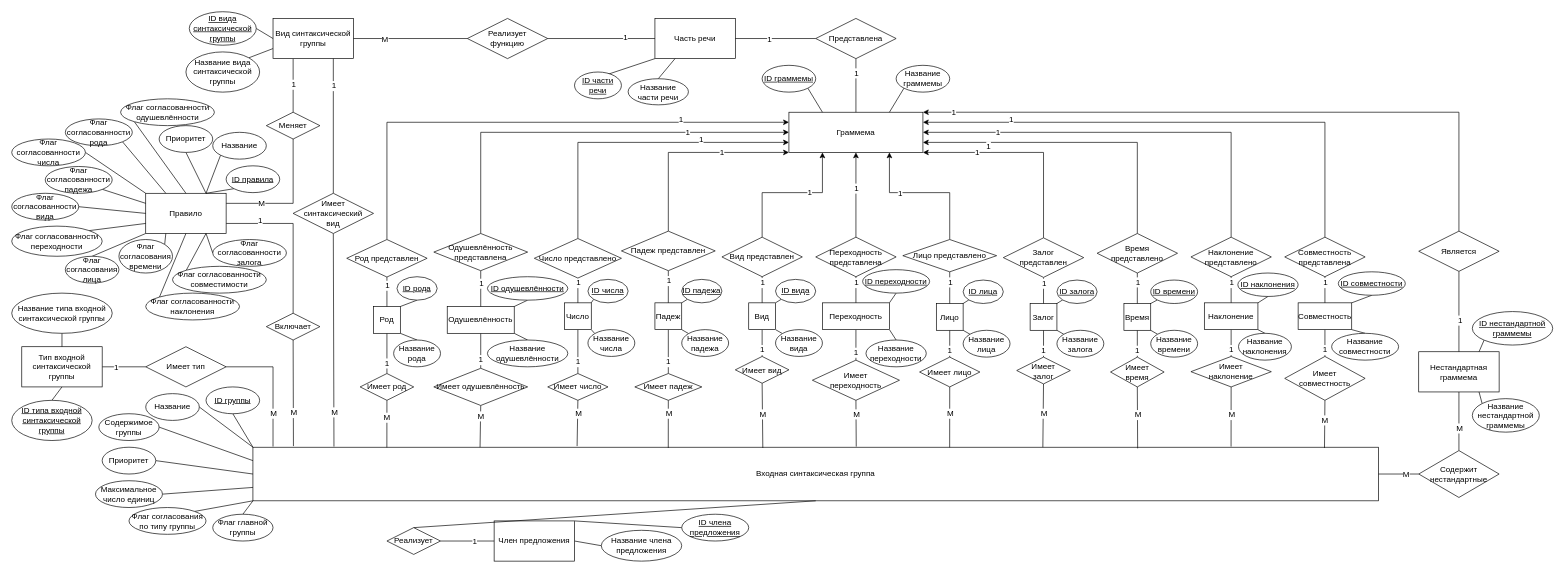
Earlier version of the draw.io diagram Infological.drawio (DMfananddu/Diploma). Source tidied: cells renumbered, new cells numbered last; positions are measured from the earlier drawing's top-left corner, leaving out a move shared by most shapes. Both pictures are drawn from the tidied source at 67%, with x=0, y=0 at pixel (11, 11).
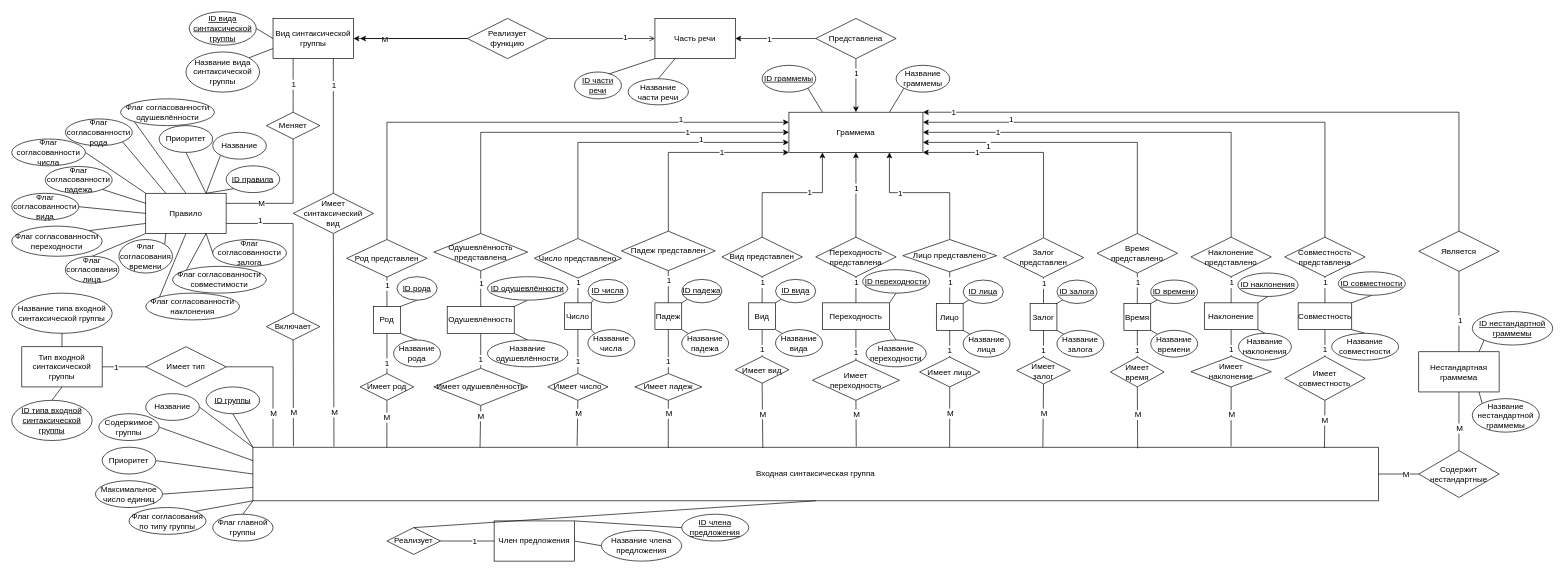
The same page after the edit.

The change refers to these unchanged cells:
```xml
<mxCell id="66" value="Вид синтаксической группы" style="rounded=0;whiteSpace=wrap;html=1;" parent="1" vertex="1">
  <mxGeometry x="390" y="10" width="120" height="60" as="geometry" />
</mxCell>
<mxCell id="96" value="Граммема" style="rounded=0;whiteSpace=wrap;html=1;" parent="1" vertex="1">
  <mxGeometry x="1160" y="150" width="200" height="60" as="geometry" />
</mxCell>
<mxCell id="102" value="Часть речи" style="rounded=0;whiteSpace=wrap;html=1;" parent="1" vertex="1">
  <mxGeometry x="960" y="10" width="120" height="60" as="geometry" />
</mxCell>
<mxCell id="107" value="Представлена" style="rhombus;whiteSpace=wrap;html=1;" parent="1" vertex="1">
  <mxGeometry x="1200" y="10" width="120" height="60" as="geometry" />
</mxCell>
<mxCell id="112" value="Реализует&lt;br&gt;функцию" style="rhombus;whiteSpace=wrap;html=1;" parent="1" vertex="1">
  <mxGeometry x="680" y="10" width="120" height="60" as="geometry" />
</mxCell>
```

The edit, as a diff of the source:
```diff
@@
-    <mxCell id="103" style="edgeStyle=none;rounded=0;jettySize=auto;html=1;exitX=0.5;exitY=1;exitDx=0;exitDy=0;entryX=0.5;entryY=0;entryDx=0;entryDy=0;endArrow=none;endFill=0;" parent="1" edge="1" source="107" target="96">
+    <mxCell id="103" style="edgeStyle=none;rounded=0;jettySize=auto;html=1;exitX=0.5;exitY=1;exitDx=0;exitDy=0;entryX=0.5;entryY=0;entryDx=0;entryDy=0;endArrow=classic;endFill=1;" parent="1" edge="1" source="107" target="96">
       <mxGeometry relative="1" as="geometry">
         <Array as="points">
           <mxPoint x="1260" y="90" />
         </Array>
       </mxGeometry>
     </mxCell>
@@
-    <mxCell id="105" style="edgeStyle=none;rounded=0;jettySize=auto;html=1;exitX=0;exitY=0.5;exitDx=0;exitDy=0;entryX=1;entryY=0.5;entryDx=0;entryDy=0;endArrow=none;endFill=0;" parent="1" edge="1" source="107" target="102">
+    <mxCell id="105" style="edgeStyle=none;rounded=0;jettySize=auto;html=1;exitX=0;exitY=0.5;exitDx=0;exitDy=0;entryX=1;entryY=0.5;entryDx=0;entryDy=0;endArrow=classic;endFill=1;" parent="1" edge="1" source="107" target="102">
       <mxGeometry relative="1" as="geometry" />
     </mxCell>
@@
-    <mxCell id="108" style="edgeStyle=none;rounded=0;jettySize=auto;html=1;exitX=1;exitY=0.5;exitDx=0;exitDy=0;entryX=0;entryY=0.5;entryDx=0;entryDy=0;endArrow=none;endFill=0;" parent="1" edge="1" source="112" target="102">
+    <mxCell id="108" style="edgeStyle=none;rounded=0;jettySize=auto;html=1;exitX=1;exitY=0.5;exitDx=0;exitDy=0;entryX=0;entryY=0.5;entryDx=0;entryDy=0;endArrow=open;endFill=0;" parent="1" edge="1" source="112" target="102">
       <mxGeometry relative="1" as="geometry" />
     </mxCell>
@@
-    <mxCell id="110" style="edgeStyle=none;rounded=0;jettySize=auto;html=1;exitX=0;exitY=0.5;exitDx=0;exitDy=0;entryX=1;entryY=0.5;entryDx=0;entryDy=0;endArrow=none;endFill=0;" parent="1" edge="1" source="112" target="66">
+    <mxCell id="110" style="edgeStyle=none;rounded=0;jettySize=auto;html=1;exitX=0;exitY=0.5;exitDx=0;exitDy=0;entryX=1;entryY=0.5;entryDx=0;entryDy=0;endArrow=classic;endFill=1;" parent="1" edge="1" source="112" target="66">
       <mxGeometry relative="1" as="geometry" />
     </mxCell>
@@
+    <mxCell id="286" style="edgeStyle=orthogonalEdgeStyle;rounded=0;jettySize=auto;html=1;exitX=0;exitY=0.5;exitDx=0;exitDy=0;endArrow=classic;endFill=1;" parent="1" edge="1" source="112">
+      <mxGeometry relative="1" as="geometry">
+        <mxPoint x="520" y="40" as="targetPoint" />
+      </mxGeometry>
+    </mxCell>
```
